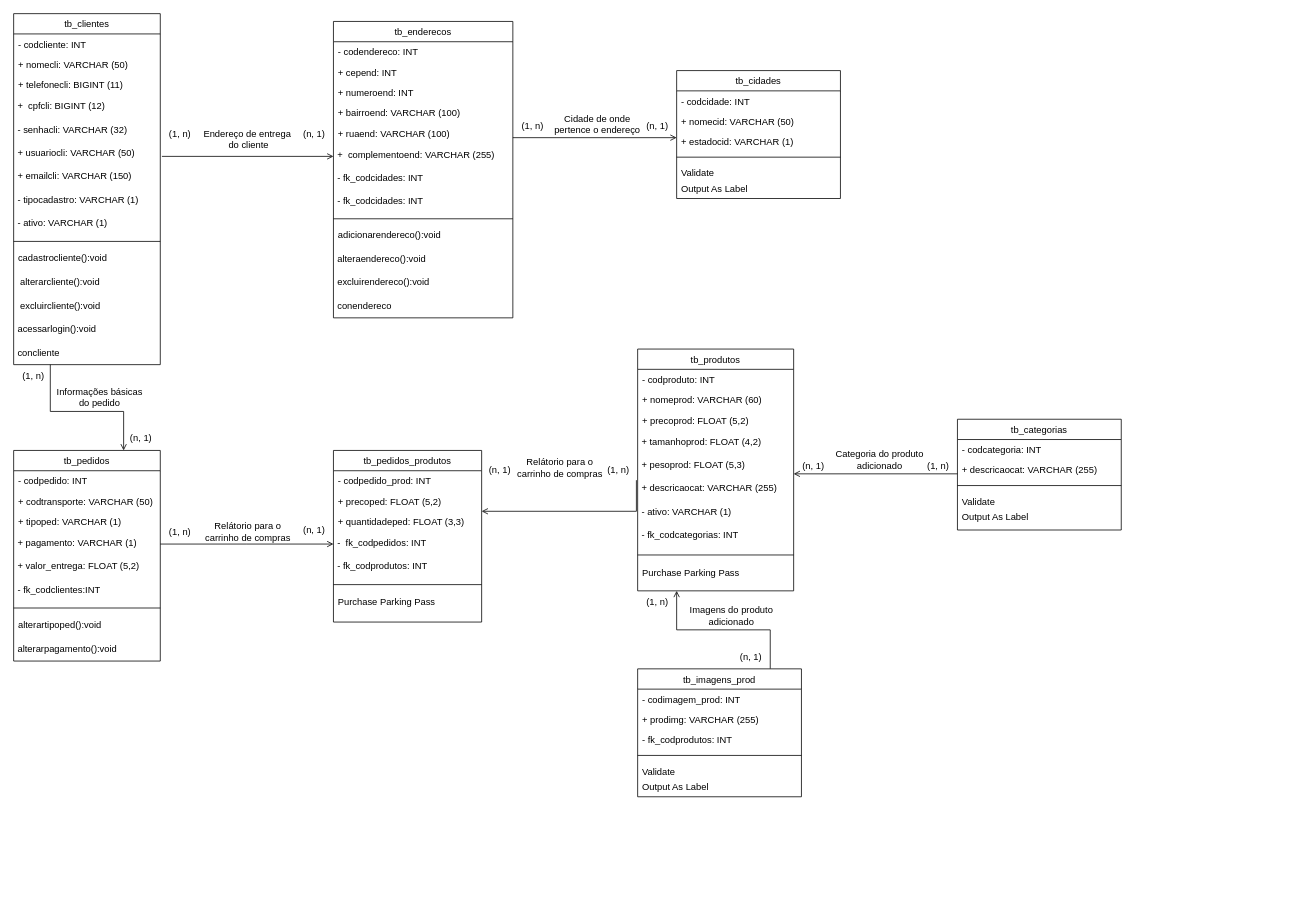
Before: diagrama de classe.drawio in LukaPaganoti/TCC-CEEP, a draw.io diagram. Source tidied: cells renumbered, new cells numbered last; positions are measured from the earlier drawing's top-left corner, leaving out a move shared by most shapes. Both pictures are drawn from the tidied source at 78%, with x=0, y=0 at pixel (13, 13).
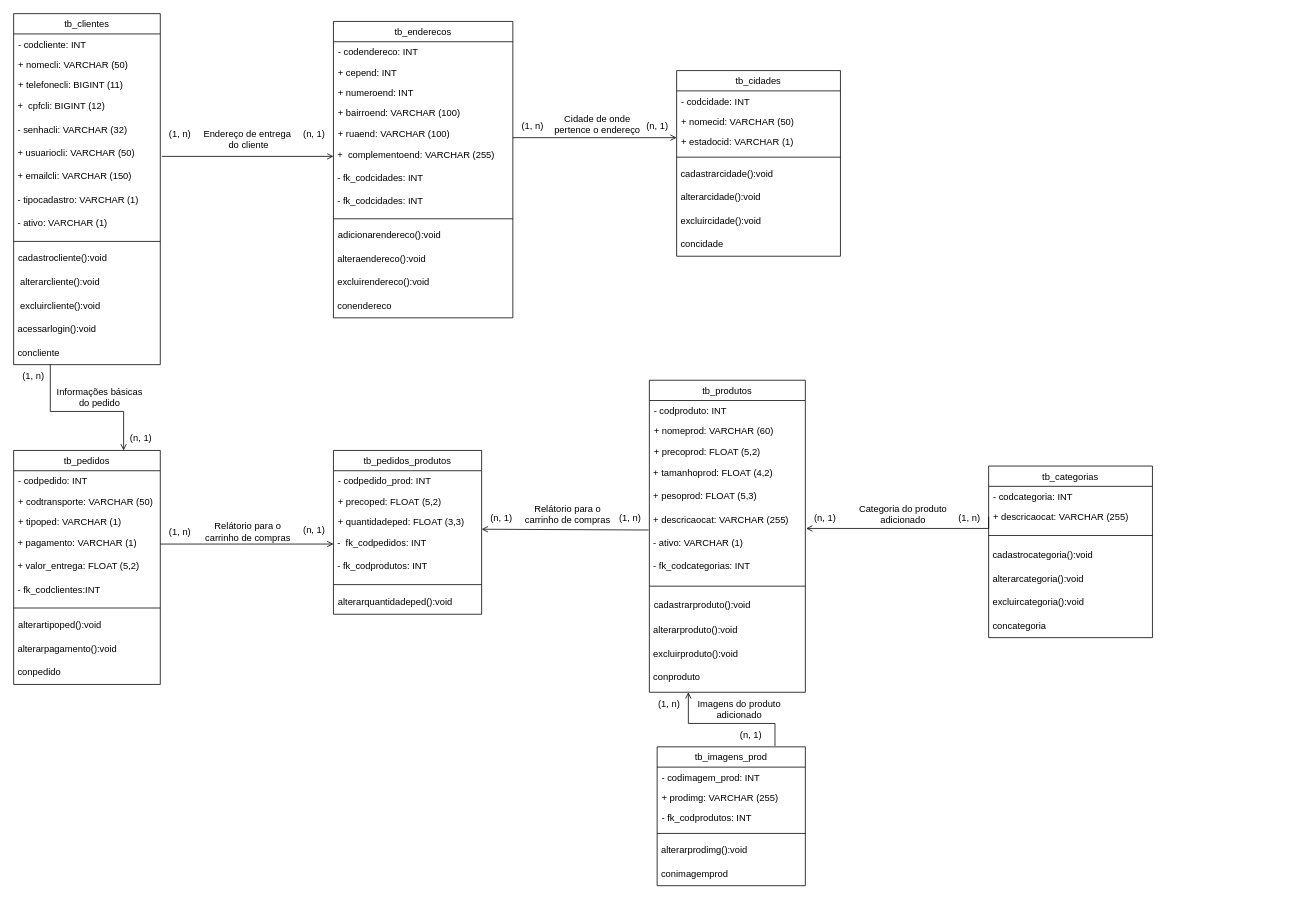
Above is the later version.

The change refers to these unchanged cells:
```xml
<mxCell id="83" value="&amp;nbsp;+ descricaocat: VARCHAR (255)" style="text;html=1;align=left;verticalAlign=middle;points=[];strokeColor=none;fillColor=none;" parent="77" vertex="1">
  <mxGeometry y="164" width="200" height="30" as="geometry" />
</mxCell>
<mxCell id="95" value="+ descricaocat: VARCHAR (255)" style="text;align=left;verticalAlign=top;spacingLeft=4;spacingRight=4;overflow=hidden;points=[[0,0.5],[1,0.5]];portConstraint=eastwest;rounded=0;shadow=0;html=0;fontFamily=Arial;" parent="93" vertex="1">
  <mxGeometry y="52" width="210" height="26" as="geometry" />
</mxCell>
```

Change to the diagram source:
```diff
@@
     <mxCell id="37" value="tb_cidades" style="swimlane;fontStyle=0;align=center;verticalAlign=top;horizontal=1;startSize=26;rounded=0;shadow=0;strokeWidth=1;fontFamily=Arial;" parent="1" vertex="1">
-      <mxGeometry x="850" y="73" width="210" height="164" as="geometry" />
+      <mxGeometry x="850" y="73" width="210" height="238" as="geometry" />
     </mxCell>
@@
-    <mxCell id="42" value="Validate" style="text;align=left;verticalAlign=top;spacingLeft=4;spacingRight=4;overflow=hidden;fontFamily=Arial;" parent="37" vertex="1">
-      <mxGeometry y="118" width="210" height="20" as="geometry" />
-    </mxCell>
-    <mxCell id="43" value="Output As Label" style="text;align=left;verticalAlign=top;spacingLeft=4;spacingRight=4;overflow=hidden;fontFamily=Arial;" parent="37" vertex="1">
-      <mxGeometry y="138" width="210" height="26" as="geometry" />
-    </mxCell>
+    <mxCell id="116" value="&amp;nbsp;cadastrarcidade():void" style="text;html=1;align=left;verticalAlign=middle;strokeColor=none;fillColor=none;" parent="37" vertex="1">
+      <mxGeometry y="118" width="210" height="30" as="geometry" />
+    </mxCell>
+    <mxCell id="117" value="&amp;nbsp;alterarcidade():void" style="text;html=1;align=left;verticalAlign=middle;strokeColor=none;fillColor=none;" parent="37" vertex="1">
+      <mxGeometry y="148" width="210" height="30" as="geometry" />
+    </mxCell>
+    <mxCell id="118" value="&amp;nbsp;excluircidade():void" style="text;html=1;align=left;verticalAlign=middle;strokeColor=none;fillColor=none;" parent="37" vertex="1">
+      <mxGeometry y="178" width="210" height="30" as="geometry" />
+    </mxCell>
+    <mxCell id="119" value="&amp;nbsp;concidade" style="text;html=1;align=left;verticalAlign=middle;strokeColor=none;fillColor=none;" parent="37" vertex="1">
+      <mxGeometry y="208" width="210" height="30" as="geometry" />
+    </mxCell>
@@
     <mxCell id="47" value="tb_pedidos" style="swimlane;fontStyle=0;align=center;verticalAlign=top;horizontal=1;startSize=26;rounded=0;shadow=0;strokeWidth=1;fontFamily=Arial;" parent="1" vertex="1">
-      <mxGeometry y="560" width="188" height="270" as="geometry" />
+      <mxGeometry y="560" width="188" height="300" as="geometry" />
     </mxCell>
@@
+    <mxCell id="120" value="&amp;nbsp;conpedido" style="text;html=1;align=left;verticalAlign=middle;strokeColor=none;fillColor=none;" parent="47" vertex="1">
+      <mxGeometry y="270" width="188" height="30" as="geometry" />
+    </mxCell>
@@
     <mxCell id="62" value="tb_pedidos_produtos" style="swimlane;fontStyle=0;align=center;verticalAlign=top;horizontal=1;startSize=26;rounded=0;shadow=0;strokeWidth=1;fontFamily=Arial;" parent="1" vertex="1">
-      <mxGeometry x="410" y="560" width="190" height="220" as="geometry" />
+      <mxGeometry x="410" y="560" width="190" height="210" as="geometry" />
     </mxCell>
@@
-    <mxCell id="69" value="Purchase Parking Pass" style="text;align=left;verticalAlign=top;spacingLeft=4;spacingRight=4;overflow=hidden;fontFamily=Arial;" parent="62" vertex="1">
+    <mxCell id="69" value="alterarquantidadeped():void" style="text;align=left;verticalAlign=top;spacingLeft=4;spacingRight=4;overflow=hidden;fontFamily=Arial;" parent="62" vertex="1">
       <mxGeometry y="180" width="190" height="30" as="geometry" />
     </mxCell>
@@
     <mxCell id="77" value="tb_produtos" style="swimlane;fontStyle=0;align=center;verticalAlign=top;horizontal=1;startSize=26;rounded=0;shadow=0;strokeWidth=1;fontFamily=Arial;" parent="1" vertex="1">
-      <mxGeometry x="800" y="430" width="200" height="310" as="geometry" />
+      <mxGeometry x="815" y="470" width="200" height="400" as="geometry" />
     </mxCell>
@@
-    <mxCell id="87" value="Purchase Parking Pass" style="text;align=left;verticalAlign=top;spacingLeft=4;spacingRight=4;overflow=hidden;fontFamily=Arial;" parent="77" vertex="1">
+    <mxCell id="87" value="cadastrarproduto():void" style="text;align=left;verticalAlign=top;spacingLeft=4;spacingRight=4;overflow=hidden;fontFamily=Arial;" parent="77" vertex="1">
       <mxGeometry y="274" width="200" height="32" as="geometry" />
     </mxCell>
-    <mxCell id="88" style="endArrow=open;shadow=0;strokeWidth=1;rounded=0;endFill=1;edgeStyle=elbowEdgeStyle;elbow=vertical;fontFamily=Arial;exitX=-0.008;exitY=0.137;exitDx=0;exitDy=0;exitPerimeter=0;" parent="1" edge="1" source="83">
-      <mxGeometry x="0.5" y="41" relative="1" as="geometry">
-        <mxPoint x="600" y="638" as="targetPoint" />
-        <Array as="points">
-          <mxPoint x="700" y="638" />
-        </Array>
-        <mxPoint x="-40" y="32" as="offset" />
-      </mxGeometry>
-    </mxCell>
-    <mxCell id="89" style="align=left;verticalAlign=bottom;labelBackgroundColor=none;fontSize=12;fontFamily=Arial;" parent="88" vertex="1">
-      <mxGeometry x="-1" relative="1" as="geometry">
-        <mxPoint y="4" as="offset" />
-      </mxGeometry>
-    </mxCell>
+    <mxCell id="121" value="&amp;nbsp;alterarproduto():void" style="text;html=1;align=left;verticalAlign=middle;strokeColor=none;fillColor=none;" parent="77" vertex="1">
+      <mxGeometry y="306" width="200" height="30" as="geometry" />
+    </mxCell>
+    <mxCell id="122" value="&amp;nbsp;excluirproduto():void" style="text;html=1;align=left;verticalAlign=middle;strokeColor=none;fillColor=none;" parent="77" vertex="1">
+      <mxGeometry y="336" width="200" height="30" as="geometry" />
+    </mxCell>
+    <mxCell id="123" value="&amp;nbsp;conproduto" style="text;html=1;align=left;verticalAlign=middle;strokeColor=none;fillColor=none;" parent="77" vertex="1">
+      <mxGeometry y="366" width="200" height="30" as="geometry" />
+    </mxCell>
     <mxCell id="90" value="Relátorio para o&lt;br&gt;carrinho de compras" style="text;html=1;align=center;verticalAlign=middle;labelBackgroundColor=none;rounded=0;shadow=0;strokeWidth=1;fontSize=12;fontFamily=Arial;" parent="1" vertex="1">
-      <mxGeometry x="700" y="580" as="geometry">
+      <mxGeometry x="710" y="640" as="geometry">
         <mxPoint x="-1" y="1" as="offset" />
       </mxGeometry>
     </mxCell>
     <mxCell id="91" value="(n, 1)" style="text;html=1;align=center;verticalAlign=middle;strokeColor=none;fillColor=none;" parent="1" vertex="1">
-      <mxGeometry x="598" y="570" width="50" height="30" as="geometry" />
+      <mxGeometry x="600" y="632" width="50" height="30" as="geometry" />
     </mxCell>
     <mxCell id="92" value="(1, n)" style="text;html=1;align=center;verticalAlign=middle;strokeColor=none;fillColor=none;" parent="1" vertex="1">
-      <mxGeometry x="750" y="570" width="50" height="30" as="geometry" />
+      <mxGeometry x="765" y="632" width="50" height="30" as="geometry" />
     </mxCell>
     <mxCell id="93" value="tb_categorias" style="swimlane;fontStyle=0;align=center;verticalAlign=top;horizontal=1;startSize=26;rounded=0;shadow=0;strokeWidth=1;fontFamily=Arial;" parent="1" vertex="1">
-      <mxGeometry x="1210" y="520" width="210" height="142" as="geometry" />
+      <mxGeometry x="1250" y="580" width="210" height="220" as="geometry" />
     </mxCell>
@@
     <mxCell id="96" style="line;html=1;strokeWidth=1;align=left;verticalAlign=middle;spacingTop=-1;spacingLeft=3;spacingRight=3;labelPosition=right;fontFamily=Arial;" parent="93" vertex="1">
-      <mxGeometry y="78" width="210" height="14" as="geometry" />
+      <mxGeometry y="78" width="210" height="22" as="geometry" />
     </mxCell>
-    <mxCell id="97" value="Validate" style="text;align=left;verticalAlign=top;spacingLeft=4;spacingRight=4;overflow=hidden;fontFamily=Arial;" parent="93" vertex="1">
-      <mxGeometry y="92" width="210" height="20" as="geometry" />
-    </mxCell>
-    <mxCell id="98" value="Output As Label" style="text;align=left;verticalAlign=top;spacingLeft=4;spacingRight=4;overflow=hidden;fontFamily=Arial;" parent="93" vertex="1">
-      <mxGeometry y="112" width="210" height="26" as="geometry" />
-    </mxCell>
+    <mxCell id="124" value="&amp;nbsp;cadastrocategoria():void" style="text;html=1;align=left;verticalAlign=middle;strokeColor=none;fillColor=none;" parent="93" vertex="1">
+      <mxGeometry y="100" width="210" height="30" as="geometry" />
+    </mxCell>
+    <mxCell id="125" value="&amp;nbsp;alterarcategoria():void" style="text;html=1;align=left;verticalAlign=middle;strokeColor=none;fillColor=none;" parent="93" vertex="1">
+      <mxGeometry y="130" width="210" height="30" as="geometry" />
+    </mxCell>
+    <mxCell id="126" value="&amp;nbsp;excluircategoria():void" style="text;html=1;align=left;verticalAlign=middle;strokeColor=none;fillColor=none;" parent="93" vertex="1">
+      <mxGeometry y="160" width="210" height="30" as="geometry" />
+    </mxCell>
+    <mxCell id="127" value="&amp;nbsp;concategoria" style="text;html=1;align=left;verticalAlign=middle;strokeColor=none;fillColor=none;" parent="93" vertex="1">
+      <mxGeometry y="190" width="210" height="30" as="geometry" />
+    </mxCell>
-    <mxCell id="99" style="endArrow=open;shadow=0;strokeWidth=1;rounded=0;endFill=1;edgeStyle=elbowEdgeStyle;elbow=vertical;fontFamily=Arial;exitX=0;exitY=0.692;exitDx=0;exitDy=0;exitPerimeter=0;" parent="1" edge="1" source="95">
+    <mxCell id="99" style="endArrow=open;shadow=0;strokeWidth=1;rounded=0;endFill=1;edgeStyle=elbowEdgeStyle;elbow=vertical;fontFamily=Arial;exitX=0;exitY=0.5;exitDx=0;exitDy=0;entryX=1.005;entryY=0.867;entryDx=0;entryDy=0;entryPerimeter=0;" parent="1" edge="1" source="95" target="83">
       <mxGeometry x="0.5" y="41" relative="1" as="geometry">
-        <mxPoint x="1000" y="590" as="targetPoint" />
+        <Array as="points">
+          <mxPoint x="1050" y="660" />
+        </Array>
         <mxPoint x="-40" y="32" as="offset" />
       </mxGeometry>
     </mxCell>
@@
     <mxCell id="101" value="(n, 1)" style="text;html=1;align=center;verticalAlign=middle;strokeColor=none;fillColor=none;" parent="1" vertex="1">
-      <mxGeometry x="1000" y="565" width="50" height="30" as="geometry" />
+      <mxGeometry x="1015" y="632" width="50" height="30" as="geometry" />
     </mxCell>
     <mxCell id="102" value="(1, n)" style="text;html=1;align=center;verticalAlign=middle;strokeColor=none;fillColor=none;" parent="1" vertex="1">
-      <mxGeometry x="1160" y="565" width="50" height="30" as="geometry" />
+      <mxGeometry x="1200" y="632" width="50" height="30" as="geometry" />
     </mxCell>
     <mxCell id="103" value="Categoria do produto&lt;br&gt;adicionado" style="text;html=1;align=center;verticalAlign=middle;labelBackgroundColor=none;rounded=0;shadow=0;strokeWidth=1;fontSize=12;fontFamily=Arial;" parent="1" vertex="1">
-      <mxGeometry x="1110" y="570" as="geometry">
+      <mxGeometry x="1140" y="640" as="geometry">
         <mxPoint x="-1" y="1" as="offset" />
       </mxGeometry>
     </mxCell>
-    <mxCell id="104" style="endArrow=open;shadow=0;strokeWidth=1;rounded=0;endFill=1;edgeStyle=elbowEdgeStyle;elbow=vertical;fontFamily=Arial;entryX=0.25;entryY=1;entryDx=0;entryDy=0;" parent="1" edge="1" target="77">
+    <mxCell id="104" style="endArrow=open;shadow=0;strokeWidth=1;rounded=0;endFill=1;edgeStyle=elbowEdgeStyle;elbow=vertical;fontFamily=Arial;entryX=0.25;entryY=1;entryDx=0;entryDy=0;exitX=0.795;exitY=-0.007;exitDx=0;exitDy=0;exitPerimeter=0;" parent="1" edge="1" source="106" target="77">
       <mxGeometry x="0.5" y="41" relative="1" as="geometry">
-        <mxPoint x="970" y="840" as="sourcePoint" />
+        <Array as="points">
+          <mxPoint x="920" y="910" />
+        </Array>
         <mxPoint x="-40" y="32" as="offset" />
       </mxGeometry>
     </mxCell>
@@
     <mxCell id="106" value="tb_imagens_prod" style="swimlane;fontStyle=0;align=center;verticalAlign=top;horizontal=1;startSize=26;rounded=0;shadow=0;strokeWidth=1;fontFamily=Arial;" parent="1" vertex="1">
-      <mxGeometry x="800" y="840" width="210" height="164" as="geometry" />
+      <mxGeometry x="825" y="940" width="190" height="178" as="geometry" />
     </mxCell>
     <mxCell id="107" value="- codimagem_prod: INT" style="text;align=left;verticalAlign=top;spacingLeft=4;spacingRight=4;overflow=hidden;fontFamily=Arial;" parent="106" vertex="1">
-      <mxGeometry y="26" width="210" height="26" as="geometry" />
+      <mxGeometry y="26" width="190" height="26" as="geometry" />
     </mxCell>
     <mxCell id="108" value="+ prodimg: VARCHAR (255)" style="text;align=left;verticalAlign=top;spacingLeft=4;spacingRight=4;overflow=hidden;rounded=0;shadow=0;html=0;fontFamily=Arial;" parent="106" vertex="1">
-      <mxGeometry y="52" width="210" height="26" as="geometry" />
+      <mxGeometry y="52" width="190" height="26" as="geometry" />
     </mxCell>
     <mxCell id="109" value="- fk_codprodutos: INT" style="text;align=left;verticalAlign=top;spacingLeft=4;spacingRight=4;overflow=hidden;rounded=0;shadow=0;html=0;fontFamily=Arial;" parent="106" vertex="1">
-      <mxGeometry y="78" width="210" height="26" as="geometry" />
+      <mxGeometry y="78" width="190" height="26" as="geometry" />
     </mxCell>
     <mxCell id="110" style="line;html=1;strokeWidth=1;align=left;verticalAlign=middle;spacingTop=-1;spacingLeft=3;spacingRight=3;labelPosition=right;fontFamily=Arial;" parent="106" vertex="1">
-      <mxGeometry y="104" width="210" height="14" as="geometry" />
+      <mxGeometry y="104" width="190" height="14" as="geometry" />
     </mxCell>
-    <mxCell id="111" value="Validate" style="text;align=left;verticalAlign=top;spacingLeft=4;spacingRight=4;overflow=hidden;fontFamily=Arial;" parent="106" vertex="1">
-      <mxGeometry y="118" width="210" height="20" as="geometry" />
-    </mxCell>
-    <mxCell id="112" value="Output As Label" style="text;align=left;verticalAlign=top;spacingLeft=4;spacingRight=4;overflow=hidden;fontFamily=Arial;" parent="106" vertex="1">
-      <mxGeometry y="138" width="210" height="26" as="geometry" />
-    </mxCell>
+    <mxCell id="128" value="&amp;nbsp;alterarprodimg():void" style="text;html=1;align=left;verticalAlign=middle;strokeColor=none;fillColor=none;" parent="106" vertex="1">
+      <mxGeometry y="118" width="190" height="30" as="geometry" />
+    </mxCell>
+    <mxCell id="129" value="&amp;nbsp;conimagemprod" style="text;html=1;align=left;verticalAlign=middle;strokeColor=none;fillColor=none;" parent="106" vertex="1">
+      <mxGeometry y="148" width="190" height="30" as="geometry" />
+    </mxCell>
     <mxCell id="113" value="Imagens do produto&lt;br&gt;adicionado" style="text;html=1;align=center;verticalAlign=middle;labelBackgroundColor=none;rounded=0;shadow=0;strokeWidth=1;fontSize=12;fontFamily=Arial;" parent="1" vertex="1">
-      <mxGeometry x="920" y="770" as="geometry">
+      <mxGeometry x="930" y="890" as="geometry">
         <mxPoint x="-1" y="1" as="offset" />
       </mxGeometry>
     </mxCell>
     <mxCell id="114" value="(n, 1)" style="text;html=1;align=center;verticalAlign=middle;strokeColor=none;fillColor=none;" parent="1" vertex="1">
-      <mxGeometry x="920" y="810" width="50" height="30" as="geometry" />
+      <mxGeometry x="920" y="910" width="50" height="30" as="geometry" />
     </mxCell>
     <mxCell id="115" value="(1, n)" style="text;html=1;align=center;verticalAlign=middle;strokeColor=none;fillColor=none;" parent="1" vertex="1">
-      <mxGeometry x="800" y="740" width="50" height="30" as="geometry" />
+      <mxGeometry x="815" y="870" width="50" height="30" as="geometry" />
     </mxCell>
+    <mxCell id="130" style="endArrow=open;shadow=0;strokeWidth=1;rounded=0;endFill=1;edgeStyle=elbowEdgeStyle;elbow=vertical;fontFamily=Arial;exitX=-0.005;exitY=0.933;exitDx=0;exitDy=0;exitPerimeter=0;" parent="1" edge="1" source="83">
+      <mxGeometry x="0.5" y="41" relative="1" as="geometry">
+        <mxPoint x="600" y="661" as="targetPoint" />
+        <mxPoint x="-40" y="32" as="offset" />
+      </mxGeometry>
+    </mxCell>
+    <mxCell id="131" style="align=left;verticalAlign=bottom;labelBackgroundColor=none;fontSize=12;fontFamily=Arial;" parent="130" vertex="1">
+      <mxGeometry x="-1" relative="1" as="geometry">
+        <mxPoint x="392" y="-11" as="offset" />
+      </mxGeometry>
+    </mxCell>
```
